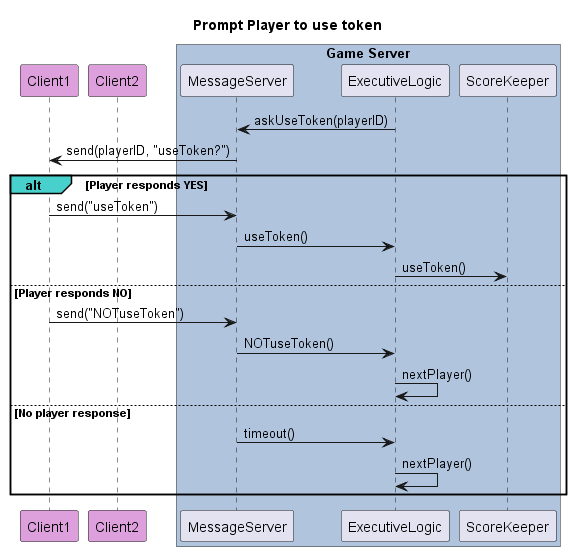
poszy/def_spinit_project keeps this PlantUML diagram as out/diagrams/seq-diagram-prompt-use-token/Prompt Player to use token.png. Above is the earlier version. Source of this version:
```plantuml
@startuml Prompt Player to use token
title Prompt Player to use token

participant Client1 #Plum
participant Client2 #Plum

box "Game Server" #LightSteelBlue
participant MessageServer as Server
participant ExecutiveLogic
participant ScoreKeeper
end box

    Server <- ExecutiveLogic: askUseToken(playerID)

    Client1 <- Server: send(playerID, "useToken?")

    alt#MediumTurquoise Player responds YES
        Client1 -> Server: send("useToken")
        Server -> ExecutiveLogic: useToken()
        ExecutiveLogic -> ScoreKeeper: useToken()
    else Player responds NO
        Client1 -> Server: send("NOTuseToken")
        Server -> ExecutiveLogic: NOTuseToken()
        ExecutiveLogic -> ExecutiveLogic: nextPlayer()
    else No player response
        Server -> ExecutiveLogic: timeout()
        ExecutiveLogic -> ExecutiveLogic: nextPlayer()


    end
@enduml
```
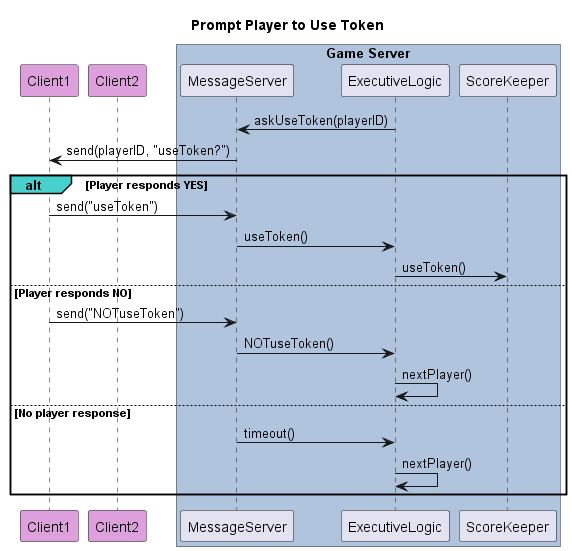
Later version of the same file.

Diff of the diagram source:
```diff
@@ -1,5 +1,5 @@
-@startuml Prompt Player to use token
-title Prompt Player to use token
+@startuml Prompt Player to Use Token
+title Prompt Player to Use Token
 
 participant Client1 #Plum
 participant Client2 #Plum
```
